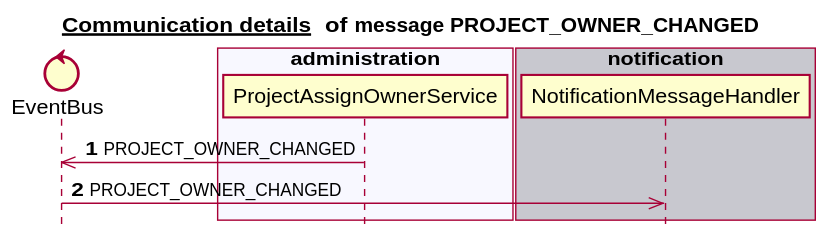
Earlier version of the PlantUML export docs/latest/images/gen_domain_messaging_project_owner_changed.svg (mercedes-benz/sechub).
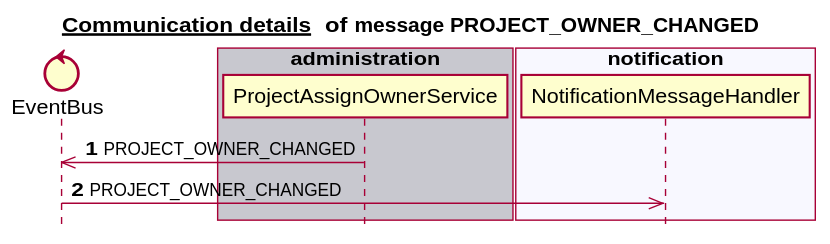
After the change.

Change to the diagram source:
```diff
@@ -6,17 +6,17 @@
 
 
 control EventBus
-box "scan" #C8C8CF
+box "schedule" #C8C8CF
 end box
-box "schedule" #F8F8FF
+box "scan" #F8F8FF
+end box
+box "administration" #C8C8CF
+   participant ProjectAssignOwnerService
+end box
+box "notification" #F8F8FF
+   participant NotificationMessageHandler
 end box
 box "authorization" #C8C8CF
-end box
-box "administration" #F8F8FF
-   participant ProjectAssignOwnerService
-end box
-box "notification" #C8C8CF
-   participant NotificationMessageHandler
 end box
 autonumber 1
 ProjectAssignOwnerService ->> EventBus:PROJECT_OWNER_CHANGED
```
